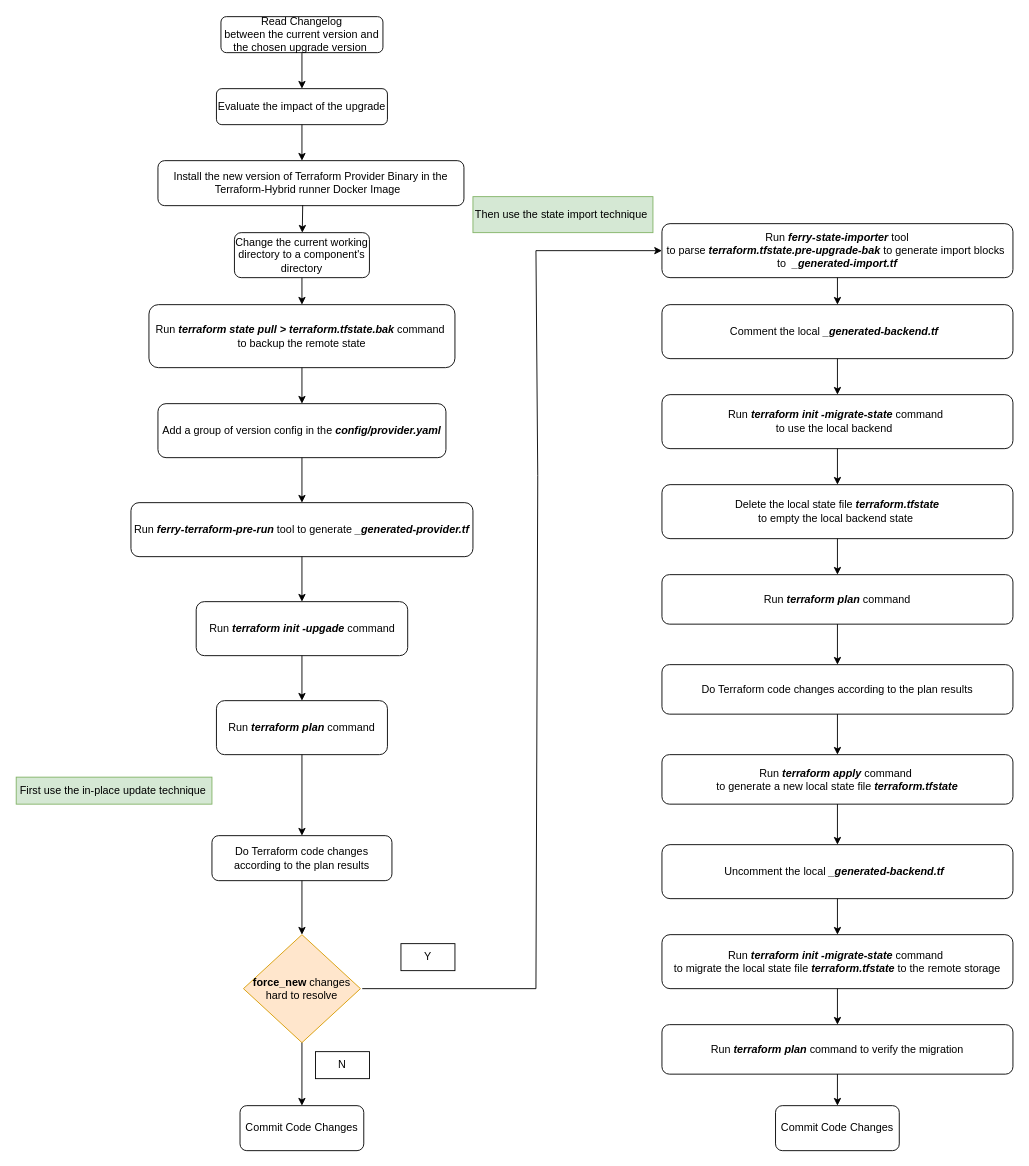
Above: page "terraform-providers-upgrade-steps" (4 of 4) of terraform-version-chosen-strategy.drawio in YanshanSong/draw.io (draw.io), before the change. Source tidied: cells renumbered, new cells numbered last; positions are measured from the earlier drawing's top-left corner, leaving out a move shared by most shapes. Both pictures are drawn from the tidied source at 90%, with x=0, y=0 at pixel (15, 16).
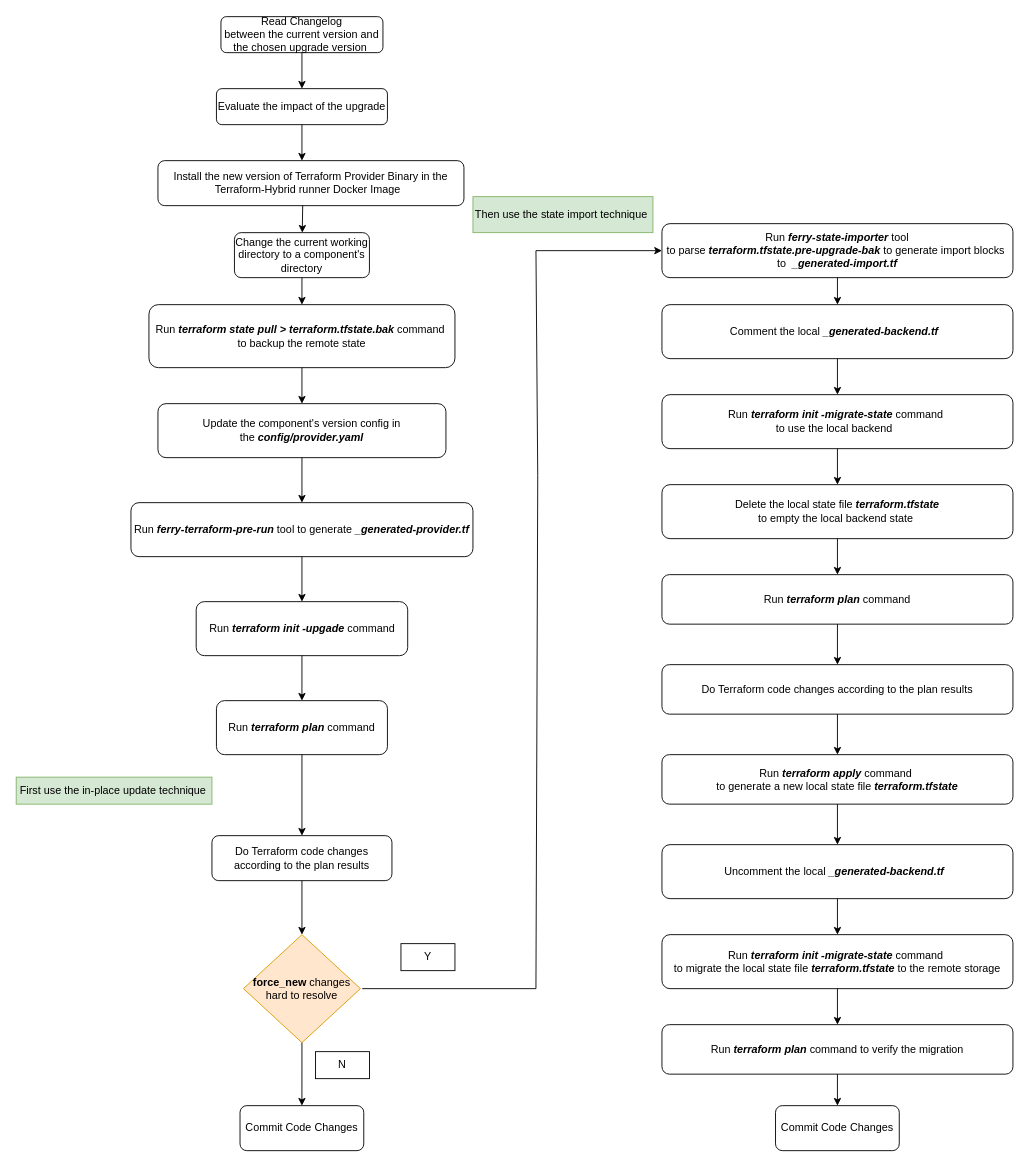
After the change.

The edit, as a diff of the source:
```diff
@@
-    <mxCell id="43" value="Add a group of version config in the &lt;b&gt;&lt;i&gt;config/provider.yaml&lt;/i&gt;&lt;/b&gt;" style="rounded=1;whiteSpace=wrap;html=1;" parent="1" vertex="1">
+    <mxCell id="43" value="Update the component's version config in the&amp;nbsp;&lt;b&gt;&lt;i&gt;config/provider.yaml&lt;/i&gt;&lt;/b&gt;" style="rounded=1;whiteSpace=wrap;html=1;" parent="1" vertex="1">
       <mxGeometry x="158" y="430" width="320" height="60" as="geometry" />
     </mxCell>
```
